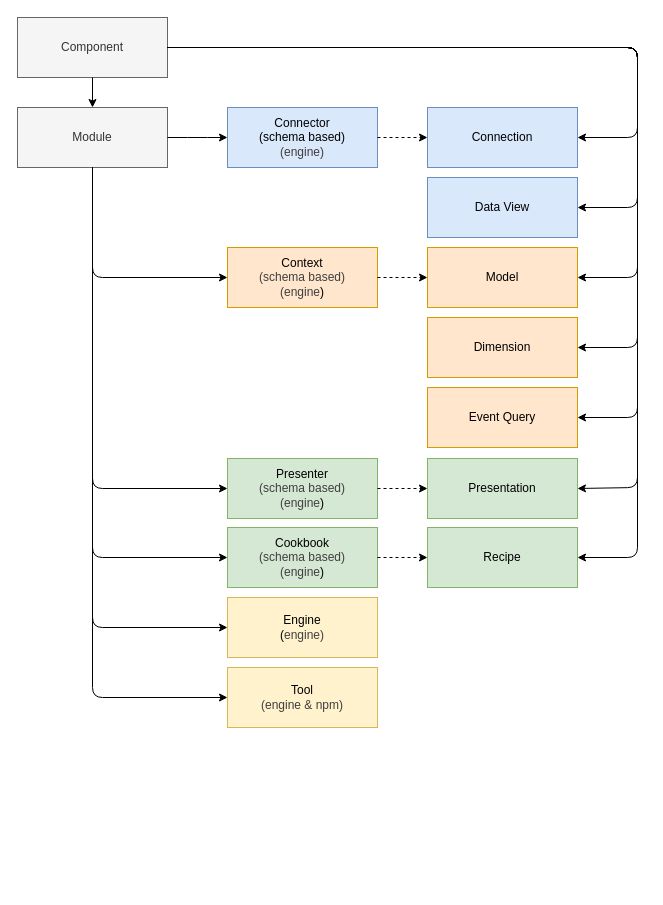
Above: schematic.drawio in dpuse/dpuse-shared (draw.io), before the change. Source tidied: cells renumbered, new cells numbered last; positions are measured from the earlier drawing's top-left corner, leaving out a move shared by most shapes. Both pictures are drawn from the tidied source at 100%, with x=0, y=0 at pixel (17, 17).
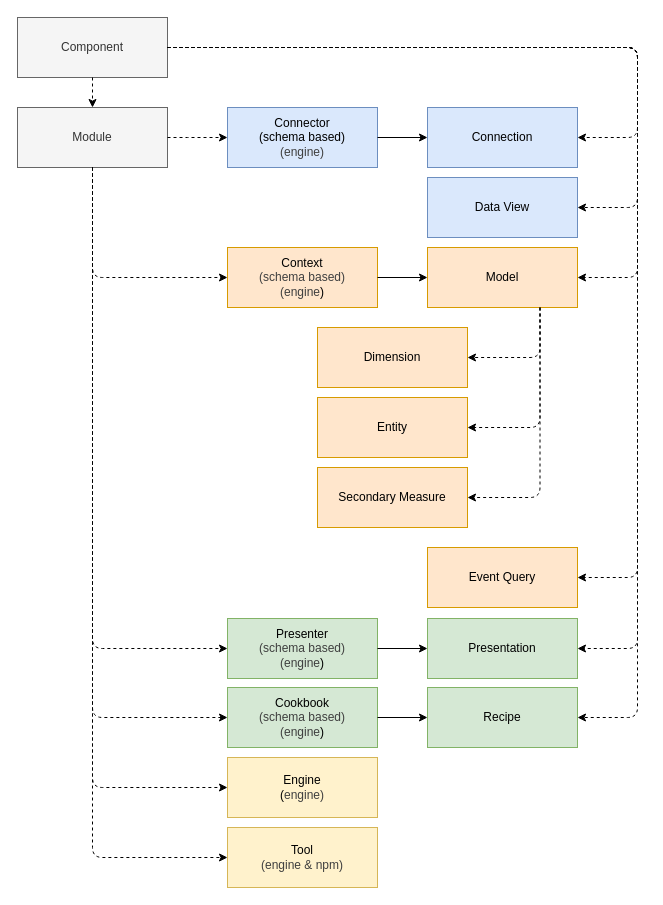
Above is the later version.

The change refers to these unchanged cells:
```xml
<mxCell id="2" value="Component" style="rounded=0;whiteSpace=wrap;html=1;fillColor=#f5f5f5;strokeColor=#666666;fontColor=#333333;" parent="1" vertex="1">
  <mxGeometry width="150" height="60" as="geometry" />
</mxCell>
<mxCell id="4" value="Connection" style="rounded=0;whiteSpace=wrap;html=1;fillColor=#dae8fc;strokeColor=#6c8ebf;" parent="1" vertex="1">
  <mxGeometry x="410" y="90" width="150" height="60" as="geometry" />
</mxCell>
<mxCell id="5" value="Context&lt;div&gt;&lt;span style=&quot;color: rgb(63, 63, 63);&quot;&gt;(schema based)&lt;/span&gt;&lt;br class=&quot;Apple-interchange-newline&quot;&gt;&lt;span style=&quot;color: rgb(63, 63, 63);&quot;&gt;(&lt;/span&gt;&lt;span style=&quot;color: rgb(63, 63, 63); background-color: transparent;&quot;&gt;engine&lt;/span&gt;&lt;span style=&quot;background-color: transparent;&quot;&gt;)&lt;/span&gt;&lt;/div&gt;" style="rounded=0;whiteSpace=wrap;html=1;fillColor=#ffe6cc;strokeColor=#d79b00;" parent="1" vertex="1">
  <mxGeometry x="210" y="230" width="150" height="60" as="geometry" />
</mxCell>
<mxCell id="7" value="Module" style="rounded=0;whiteSpace=wrap;html=1;fillColor=#f5f5f5;strokeColor=#666666;fontColor=#333333;" parent="1" vertex="1">
  <mxGeometry y="90" width="150" height="60" as="geometry" />
</mxCell>
<mxCell id="9" value="Connector&lt;div&gt;&lt;div&gt;(schema based)&lt;/div&gt;&lt;span style=&quot;color: rgb(63, 63, 63);&quot;&gt;(engine)&lt;/span&gt;&lt;/div&gt;" style="rounded=0;whiteSpace=wrap;html=1;fillColor=#dae8fc;strokeColor=#6c8ebf;" parent="1" vertex="1">
  <mxGeometry x="210" y="90" width="150" height="60" as="geometry" />
</mxCell>
<mxCell id="18" value="Data View" style="rounded=0;whiteSpace=wrap;html=1;fillColor=#dae8fc;strokeColor=#6c8ebf;" parent="1" vertex="1">
  <mxGeometry x="410" y="160" width="150" height="60" as="geometry" />
</mxCell>
<mxCell id="27" value="Model" style="rounded=0;whiteSpace=wrap;html=1;fillColor=#ffe6cc;strokeColor=#d79b00;" parent="1" vertex="1">
  <mxGeometry x="410" y="230" width="150" height="60" as="geometry" />
</mxCell>
```

Diff of the diagram source:
```diff
@@
     <mxCell id="3" value="Engine&lt;div&gt;&lt;div&gt;(&lt;span style=&quot;color: rgb(63, 63, 63); background-color: transparent;&quot;&gt;engine&lt;/span&gt;&lt;span style=&quot;color: rgb(63, 63, 63); background-color: transparent;&quot;&gt;)&lt;/span&gt;&lt;/div&gt;&lt;/div&gt;" style="rounded=0;whiteSpace=wrap;html=1;fillColor=#fff2cc;strokeColor=#d6b656;" parent="1" vertex="1">
-      <mxGeometry x="210" y="580" width="150" height="60" as="geometry" />
+      <mxGeometry x="210" y="740" width="150" height="60" as="geometry" />
     </mxCell>
@@
     <mxCell id="6" value="Cookbook&lt;div&gt;&lt;span style=&quot;color: rgb(63, 63, 63);&quot;&gt;(schema based)&lt;/span&gt;&lt;br class=&quot;Apple-interchange-newline&quot;&gt;&lt;span style=&quot;color: rgb(63, 63, 63);&quot;&gt;(&lt;/span&gt;&lt;span style=&quot;color: rgb(63, 63, 63); background-color: transparent;&quot;&gt;engine&lt;/span&gt;&lt;span style=&quot;background-color: transparent;&quot;&gt;)&lt;/span&gt;&lt;/div&gt;" style="rounded=0;whiteSpace=wrap;html=1;fillColor=#d5e8d4;strokeColor=#82b366;" parent="1" vertex="1">
-      <mxGeometry x="210" y="510" width="150" height="60" as="geometry" />
+      <mxGeometry x="210" y="670" width="150" height="60" as="geometry" />
     </mxCell>
@@
     <mxCell id="8" value="Presenter&lt;div&gt;&lt;span style=&quot;color: rgb(63, 63, 63);&quot;&gt;(schema based)&lt;/span&gt;&lt;br class=&quot;Apple-interchange-newline&quot;&gt;&lt;span style=&quot;color: rgb(63, 63, 63);&quot;&gt;(&lt;/span&gt;&lt;span style=&quot;color: rgb(63, 63, 63); background-color: transparent;&quot;&gt;engine&lt;/span&gt;&lt;span style=&quot;background-color: transparent;&quot;&gt;)&lt;/span&gt;&lt;/div&gt;" style="rounded=0;whiteSpace=wrap;html=1;fillColor=#d5e8d4;strokeColor=#82b366;" parent="1" vertex="1">
-      <mxGeometry x="210" y="441" width="150" height="60" as="geometry" />
+      <mxGeometry x="210" y="601" width="150" height="60" as="geometry" />
     </mxCell>
@@
-    <mxCell id="10" style="endArrow=classic;startArrow=none;html=1;exitX=1;exitY=0.5;exitDx=0;exitDy=0;entryX=1;entryY=0.5;entryDx=0;entryDy=0;startFill=0;edgeStyle=orthogonalEdgeStyle;" parent="1" edge="1" source="2" target="4">
+    <mxCell id="10" style="endArrow=classic;startArrow=none;html=1;exitX=1;exitY=0.5;exitDx=0;exitDy=0;entryX=1;entryY=0.5;entryDx=0;entryDy=0;startFill=0;edgeStyle=orthogonalEdgeStyle;dashed=1;" parent="1" edge="1" source="2" target="4">
       <mxGeometry relative="1" as="geometry">
         <Array as="points">
           <mxPoint x="620" y="30" />
           <mxPoint x="620" y="120" />
         </Array>
       </mxGeometry>
     </mxCell>
-    <mxCell id="11" style="endArrow=classic;startArrow=none;html=1;exitX=0.5;exitY=1;exitDx=0;exitDy=0;startFill=0;" parent="1" edge="1" source="2" target="7">
+    <mxCell id="11" style="endArrow=classic;startArrow=none;html=1;exitX=0.5;exitY=1;exitDx=0;exitDy=0;startFill=0;dashed=1;" parent="1" edge="1" source="2" target="7">
       <mxGeometry relative="1" as="geometry" />
     </mxCell>
-    <mxCell id="12" style="endArrow=classic;startArrow=none;html=1;entryX=0;entryY=0.5;entryDx=0;entryDy=0;startFill=0;edgeStyle=orthogonalEdgeStyle;exitX=0.5;exitY=1;exitDx=0;exitDy=0;" parent="1" edge="1" source="7" target="3">
+    <mxCell id="12" style="endArrow=classic;startArrow=none;html=1;entryX=0;entryY=0.5;entryDx=0;entryDy=0;startFill=0;edgeStyle=orthogonalEdgeStyle;exitX=0.5;exitY=1;exitDx=0;exitDy=0;dashed=1;" parent="1" edge="1" source="7" target="3">
       <mxGeometry relative="1" as="geometry" />
     </mxCell>
-    <mxCell id="13" style="endArrow=classic;startArrow=none;html=1;entryX=0;entryY=0.5;entryDx=0;entryDy=0;startFill=0;edgeStyle=orthogonalEdgeStyle;exitX=0.5;exitY=1;exitDx=0;exitDy=0;" parent="1" edge="1" source="7" target="5">
+    <mxCell id="13" style="endArrow=classic;startArrow=none;html=1;entryX=0;entryY=0.5;entryDx=0;entryDy=0;startFill=0;edgeStyle=orthogonalEdgeStyle;exitX=0.5;exitY=1;exitDx=0;exitDy=0;dashed=1;" parent="1" edge="1" source="7" target="5">
       <mxGeometry relative="1" as="geometry" />
     </mxCell>
-    <mxCell id="14" style="endArrow=classic;startArrow=none;html=1;entryX=0;entryY=0.5;entryDx=0;entryDy=0;startFill=0;edgeStyle=orthogonalEdgeStyle;exitX=0.5;exitY=1;exitDx=0;exitDy=0;" parent="1" edge="1" source="7" target="6">
+    <mxCell id="14" style="endArrow=classic;startArrow=none;html=1;entryX=0;entryY=0.5;entryDx=0;entryDy=0;startFill=0;edgeStyle=orthogonalEdgeStyle;exitX=0.5;exitY=1;exitDx=0;exitDy=0;dashed=1;" parent="1" edge="1" source="7" target="6">
       <mxGeometry relative="1" as="geometry" />
     </mxCell>
-    <mxCell id="15" style="endArrow=classic;startArrow=none;html=1;entryX=0;entryY=0.5;entryDx=0;entryDy=0;startFill=0;edgeStyle=orthogonalEdgeStyle;exitX=0.5;exitY=1;exitDx=0;exitDy=0;" parent="1" edge="1" source="7" target="8">
+    <mxCell id="15" style="endArrow=classic;startArrow=none;html=1;entryX=0;entryY=0.5;entryDx=0;entryDy=0;startFill=0;edgeStyle=orthogonalEdgeStyle;exitX=0.5;exitY=1;exitDx=0;exitDy=0;dashed=1;" parent="1" edge="1" source="7" target="8">
       <mxGeometry relative="1" as="geometry" />
     </mxCell>
-    <mxCell id="16" style="endArrow=classic;startArrow=none;html=1;entryX=0;entryY=0.5;entryDx=0;entryDy=0;startFill=0;edgeStyle=orthogonalEdgeStyle;exitX=1;exitY=0.5;exitDx=0;exitDy=0;" parent="1" edge="1" source="7" target="9">
+    <mxCell id="16" style="endArrow=classic;startArrow=none;html=1;entryX=0;entryY=0.5;entryDx=0;entryDy=0;startFill=0;edgeStyle=orthogonalEdgeStyle;exitX=1;exitY=0.5;exitDx=0;exitDy=0;dashed=1;" parent="1" edge="1" source="7" target="9">
       <mxGeometry relative="1" as="geometry">
         <Array as="points">
           <mxPoint x="180" y="120" />
           <mxPoint x="180" y="120" />
         </Array>
       </mxGeometry>
     </mxCell>
-    <mxCell id="17" style="endArrow=classic;startArrow=none;html=1;entryX=0;entryY=0.5;entryDx=0;entryDy=0;startFill=0;edgeStyle=orthogonalEdgeStyle;dashed=1;exitX=1;exitY=0.5;exitDx=0;exitDy=0;" parent="1" edge="1" source="9" target="4">
+    <mxCell id="17" style="endArrow=classic;startArrow=none;html=1;entryX=0;entryY=0.5;entryDx=0;entryDy=0;startFill=0;edgeStyle=orthogonalEdgeStyle;exitX=1;exitY=0.5;exitDx=0;exitDy=0;" parent="1" edge="1" source="9" target="4">
       <mxGeometry relative="1" as="geometry" />
     </mxCell>
@@
-    <mxCell id="19" style="endArrow=classic;startArrow=none;html=1;exitX=1;exitY=0.5;exitDx=0;exitDy=0;startFill=0;edgeStyle=orthogonalEdgeStyle;entryX=1;entryY=0.5;entryDx=0;entryDy=0;" parent="1" edge="1" source="2" target="18">
+    <mxCell id="19" style="endArrow=classic;startArrow=none;html=1;exitX=1;exitY=0.5;exitDx=0;exitDy=0;startFill=0;edgeStyle=orthogonalEdgeStyle;entryX=1;entryY=0.5;entryDx=0;entryDy=0;dashed=1;" parent="1" edge="1" source="2" target="18">
       <mxGeometry relative="1" as="geometry">
         <Array as="points">
           <mxPoint x="620" y="30" />
           <mxPoint x="620" y="190" />
         </Array>
       </mxGeometry>
     </mxCell>
     <mxCell id="20" value="Tool&lt;br class=&quot;Apple-interchange-newline&quot;&gt;&lt;span style=&quot;color: rgb(63, 63, 63);&quot;&gt;(&lt;span style=&quot;color: rgb(63, 63, 63);&quot;&gt;engine &amp;amp;&amp;nbsp;&lt;/span&gt;npm)&lt;/span&gt;" style="rounded=0;whiteSpace=wrap;html=1;fillColor=#fff2cc;strokeColor=#d6b656;" parent="1" vertex="1">
-      <mxGeometry x="210" y="650" width="150" height="60" as="geometry" />
+      <mxGeometry x="210" y="810" width="150" height="60" as="geometry" />
     </mxCell>
-    <mxCell id="21" style="endArrow=classic;startArrow=none;html=1;entryX=0;entryY=0.5;entryDx=0;entryDy=0;startFill=0;edgeStyle=orthogonalEdgeStyle;exitX=0.5;exitY=1;exitDx=0;exitDy=0;" parent="1" edge="1" source="7" target="20">
+    <mxCell id="21" style="endArrow=classic;startArrow=none;html=1;entryX=0;entryY=0.5;entryDx=0;entryDy=0;startFill=0;edgeStyle=orthogonalEdgeStyle;exitX=0.5;exitY=1;exitDx=0;exitDy=0;dashed=1;" parent="1" edge="1" source="7" target="20">
       <mxGeometry relative="1" as="geometry" />
     </mxCell>
     <mxCell id="22" value="Presentation" style="rounded=0;whiteSpace=wrap;html=1;fillColor=#d5e8d4;strokeColor=#82b366;" parent="1" vertex="1">
-      <mxGeometry x="410" y="441" width="150" height="60" as="geometry" />
+      <mxGeometry x="410" y="601" width="150" height="60" as="geometry" />
     </mxCell>
     <mxCell id="23" value="Recipe" style="rounded=0;whiteSpace=wrap;html=1;fillColor=#d5e8d4;strokeColor=#82b366;" parent="1" vertex="1">
-      <mxGeometry x="410" y="510" width="150" height="60" as="geometry" />
+      <mxGeometry x="410" y="670" width="150" height="60" as="geometry" />
     </mxCell>
-    <mxCell id="24" style="endArrow=classic;startArrow=none;html=1;entryX=0;entryY=0.5;entryDx=0;entryDy=0;startFill=0;edgeStyle=orthogonalEdgeStyle;dashed=1;exitX=1;exitY=0.5;exitDx=0;exitDy=0;" parent="1" edge="1" source="6" target="23">
+    <mxCell id="24" style="endArrow=classic;startArrow=none;html=1;entryX=0;entryY=0.5;entryDx=0;entryDy=0;startFill=0;edgeStyle=orthogonalEdgeStyle;exitX=1;exitY=0.5;exitDx=0;exitDy=0;" parent="1" edge="1" source="6" target="23">
       <mxGeometry relative="1" as="geometry" />
     </mxCell>
-    <mxCell id="25" style="endArrow=classic;startArrow=none;html=1;entryX=0;entryY=0.5;entryDx=0;entryDy=0;startFill=0;edgeStyle=orthogonalEdgeStyle;dashed=1;exitX=1;exitY=0.5;exitDx=0;exitDy=0;" parent="1" edge="1" source="8" target="22">
+    <mxCell id="25" style="endArrow=classic;startArrow=none;html=1;entryX=0;entryY=0.5;entryDx=0;entryDy=0;startFill=0;edgeStyle=orthogonalEdgeStyle;exitX=1;exitY=0.5;exitDx=0;exitDy=0;" parent="1" edge="1" source="8" target="22">
       <mxGeometry relative="1" as="geometry" />
     </mxCell>
     <mxCell id="26" value="Event Query" style="rounded=0;whiteSpace=wrap;html=1;fillColor=#ffe6cc;strokeColor=#d79b00;" parent="1" vertex="1">
-      <mxGeometry x="410" y="370" width="150" height="60" as="geometry" />
+      <mxGeometry x="410" y="530" width="150" height="60" as="geometry" />
     </mxCell>
@@
-    <mxCell id="28" style="endArrow=classic;startArrow=none;html=1;exitX=1;exitY=0.5;exitDx=0;exitDy=0;startFill=0;edgeStyle=orthogonalEdgeStyle;entryX=1;entryY=0.5;entryDx=0;entryDy=0;" parent="1" edge="1" source="2" target="27">
+    <mxCell id="28" style="endArrow=classic;startArrow=none;html=1;exitX=1;exitY=0.5;exitDx=0;exitDy=0;startFill=0;edgeStyle=orthogonalEdgeStyle;entryX=1;entryY=0.5;entryDx=0;entryDy=0;dashed=1;" parent="1" edge="1" source="2" target="27">
       <mxGeometry relative="1" as="geometry">
         <Array as="points">
           <mxPoint x="620" y="30" />
           <mxPoint x="620" y="260" />
         </Array>
       </mxGeometry>
     </mxCell>
-    <mxCell id="29" style="endArrow=classic;startArrow=none;html=1;startFill=0;edgeStyle=orthogonalEdgeStyle;entryX=1;entryY=0.5;entryDx=0;entryDy=0;exitX=1;exitY=0.5;exitDx=0;exitDy=0;" parent="1" edge="1" source="2" target="26">
+    <mxCell id="29" style="endArrow=classic;startArrow=none;html=1;startFill=0;edgeStyle=orthogonalEdgeStyle;entryX=1;entryY=0.5;entryDx=0;entryDy=0;exitX=1;exitY=0.5;exitDx=0;exitDy=0;dashed=1;" parent="1" edge="1" source="2" target="26">
       <mxGeometry relative="1" as="geometry">
         <Array as="points">
           <mxPoint x="620" y="30" />
-          <mxPoint x="620" y="400" />
+          <mxPoint x="620" y="560" />
         </Array>
       </mxGeometry>
     </mxCell>
-    <mxCell id="30" style="endArrow=classic;startArrow=none;html=1;exitX=1;exitY=0.5;exitDx=0;exitDy=0;startFill=0;edgeStyle=orthogonalEdgeStyle;entryX=1;entryY=0.5;entryDx=0;entryDy=0;" parent="1" edge="1" source="2" target="23">
+    <mxCell id="30" style="endArrow=classic;startArrow=none;html=1;exitX=1;exitY=0.5;exitDx=0;exitDy=0;startFill=0;edgeStyle=orthogonalEdgeStyle;entryX=1;entryY=0.5;entryDx=0;entryDy=0;dashed=1;" parent="1" edge="1" source="2" target="23">
       <mxGeometry relative="1" as="geometry">
         <Array as="points">
           <mxPoint x="620" y="30" />
-          <mxPoint x="620" y="540" />
+          <mxPoint x="620" y="700" />
         </Array>
       </mxGeometry>
     </mxCell>
-    <mxCell id="31" style="endArrow=classic;startArrow=none;html=1;exitX=1;exitY=0.5;exitDx=0;exitDy=0;startFill=0;edgeStyle=orthogonalEdgeStyle;entryX=1;entryY=0.5;entryDx=0;entryDy=0;" parent="1" edge="1" source="2" target="22">
+    <mxCell id="31" style="endArrow=classic;startArrow=none;html=1;exitX=1;exitY=0.5;exitDx=0;exitDy=0;startFill=0;edgeStyle=orthogonalEdgeStyle;entryX=1;entryY=0.5;entryDx=0;entryDy=0;dashed=1;" parent="1" edge="1" source="2" target="22">
       <mxGeometry relative="1" as="geometry">
         <Array as="points">
           <mxPoint x="620" y="30" />
-          <mxPoint x="620" y="470" />
+          <mxPoint x="620" y="631.1" />
         </Array>
       </mxGeometry>
     </mxCell>
-    <mxCell id="32" style="endArrow=classic;startArrow=none;html=1;entryX=0;entryY=0.5;entryDx=0;entryDy=0;startFill=0;edgeStyle=orthogonalEdgeStyle;dashed=1;exitX=1;exitY=0.5;exitDx=0;exitDy=0;" parent="1" edge="1" source="5" target="27">
+    <mxCell id="32" style="endArrow=classic;startArrow=none;html=1;entryX=0;entryY=0.5;entryDx=0;entryDy=0;startFill=0;edgeStyle=orthogonalEdgeStyle;exitX=1;exitY=0.5;exitDx=0;exitDy=0;" parent="1" edge="1" source="5" target="27">
       <mxGeometry relative="1" as="geometry" />
     </mxCell>
     <mxCell id="33" value="Dimension" style="rounded=0;whiteSpace=wrap;html=1;fillColor=#ffe6cc;strokeColor=#d79b00;" parent="1" vertex="1">
-      <mxGeometry x="410" y="300" width="150" height="60" as="geometry" />
+      <mxGeometry x="300" y="310" width="150" height="60" as="geometry" />
     </mxCell>
-    <mxCell id="34" style="endArrow=classic;startArrow=none;html=1;exitX=1;exitY=0.5;exitDx=0;exitDy=0;startFill=0;edgeStyle=orthogonalEdgeStyle;entryX=1;entryY=0.5;entryDx=0;entryDy=0;" parent="1" edge="1" source="2" target="33">
-      <mxGeometry relative="1" as="geometry">
-        <Array as="points">
-          <mxPoint x="620" y="30" />
-          <mxPoint x="620" y="330" />
-        </Array>
-      </mxGeometry>
-    </mxCell>
+    <mxCell id="35" value="&lt;span style=&quot;color: rgb(0, 0, 0);&quot;&gt;Entity&lt;/span&gt;" style="rounded=0;whiteSpace=wrap;html=1;fillColor=#ffe6cc;strokeColor=#d79b00;" parent="1" vertex="1">
+      <mxGeometry x="300" y="380" width="150" height="60" as="geometry" />
+    </mxCell>
+    <mxCell id="36" value="Secondary Measure" style="rounded=0;whiteSpace=wrap;html=1;fillColor=#ffe6cc;strokeColor=#d79b00;" parent="1" vertex="1">
+      <mxGeometry x="300" y="450" width="150" height="60" as="geometry" />
+    </mxCell>
+    <mxCell id="37" style="endArrow=classic;startArrow=none;html=1;exitX=0.75;exitY=1;exitDx=0;exitDy=0;startFill=0;dashed=1;entryX=1;entryY=0.5;entryDx=0;entryDy=0;edgeStyle=orthogonalEdgeStyle;" parent="1" edge="1" source="27" target="33">
+      <mxGeometry relative="1" as="geometry" />
+    </mxCell>
+    <mxCell id="38" style="endArrow=classic;startArrow=none;html=1;exitX=0.75;exitY=1;exitDx=0;exitDy=0;startFill=0;dashed=1;entryX=1;entryY=0.5;entryDx=0;entryDy=0;edgeStyle=orthogonalEdgeStyle;" parent="1" edge="1" source="27" target="35">
+      <mxGeometry relative="1" as="geometry" />
+    </mxCell>
+    <mxCell id="39" style="endArrow=classic;startArrow=none;html=1;exitX=0.75;exitY=1;exitDx=0;exitDy=0;startFill=0;dashed=1;entryX=1;entryY=0.5;entryDx=0;entryDy=0;edgeStyle=orthogonalEdgeStyle;" parent="1" edge="1" source="27" target="36">
+      <mxGeometry relative="1" as="geometry" />
+    </mxCell>
```
